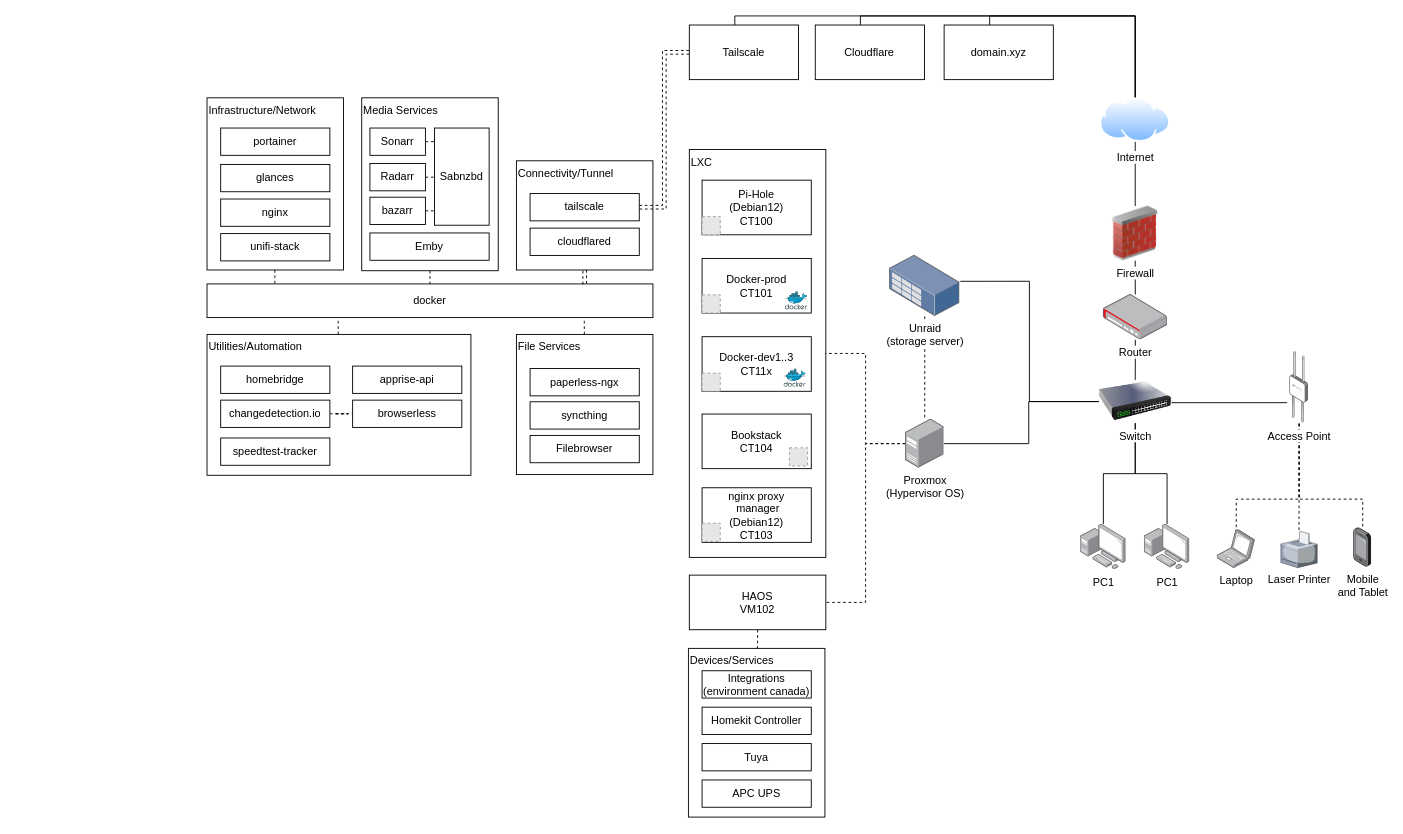
Above: 92king_homelab.drawio in danieljai/homelab (draw.io), before the change. Source tidied: cells renumbered, new cells numbered last; positions are measured from the earlier drawing's top-left corner, leaving out a move shared by most shapes. Both pictures are drawn from the tidied source at 91%, with x=0, y=0 at pixel (207, 15). Pictures stored in the file or linked from it are replaced by grey dashed boxes.
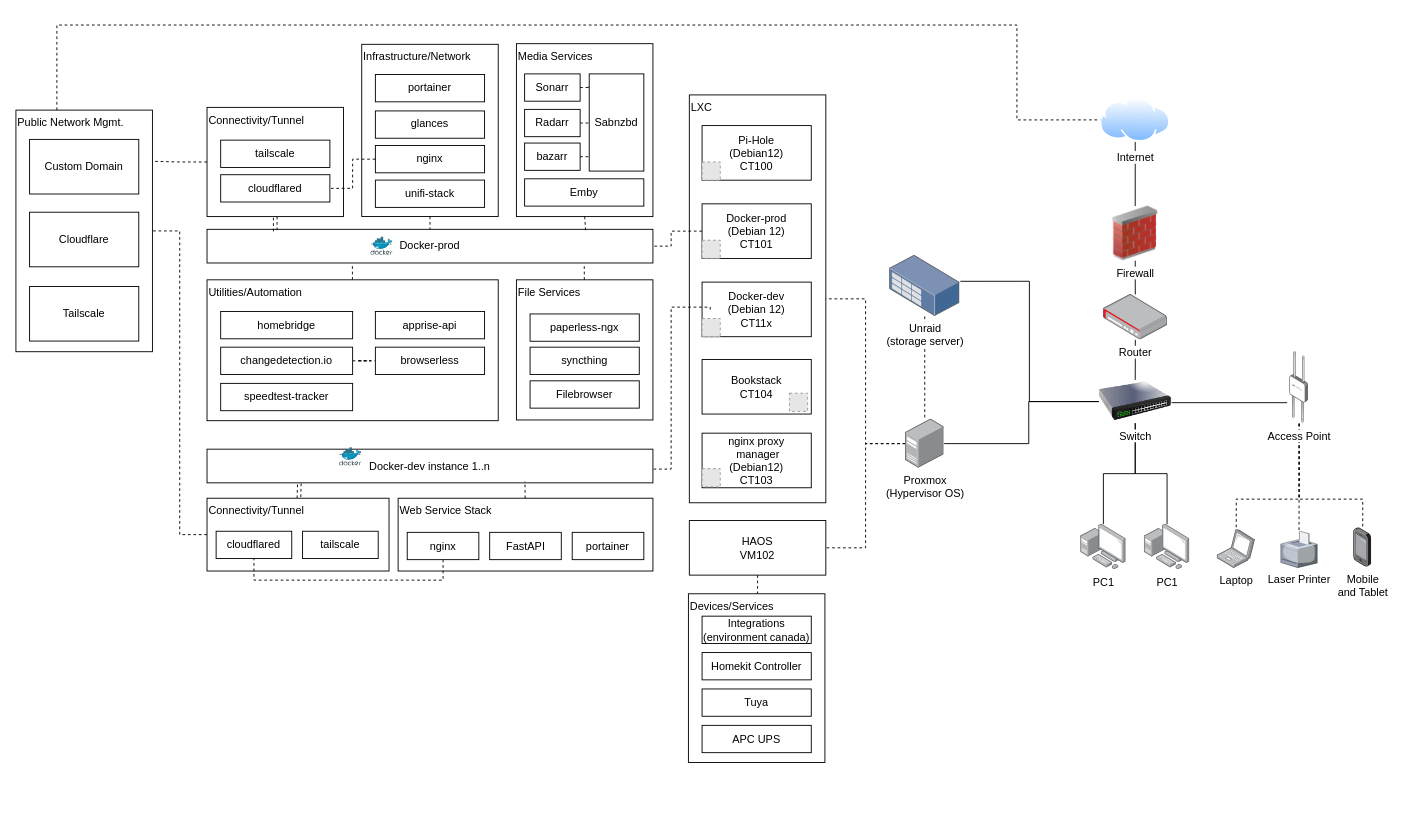
The same diagram, later.

Unchanged cells that the change refers to:
```xml
<mxCell id="17" value="Internet" style="image;perimeter=ellipsePerimeter;html=1;align=center;shadow=0;dashed=0;spacingTop=3;image=img/lib/active_directory/internet_cloud.svg;" parent="1" vertex="1">
  <mxGeometry x="981.5" y="90" width="77" height="48.5" as="geometry" />
</mxCell>
<mxCell id="30" value="Infrastructure/Network" style="rounded=0;whiteSpace=wrap;html=1;align=left;verticalAlign=top;" parent="29" vertex="1">
  <mxGeometry width="150" height="189.2" as="geometry" />
</mxCell>
<mxCell id="34" value="nginx" style="rounded=0;whiteSpace=wrap;html=1;" parent="29" vertex="1">
  <mxGeometry x="15" y="111.2" width="120" height="30" as="geometry" />
</mxCell>
<mxCell id="36" value="Connectivity/Tunnel" style="rounded=0;whiteSpace=wrap;html=1;align=left;verticalAlign=top;" parent="35" vertex="1">
  <mxGeometry width="150" height="120" as="geometry" />
</mxCell>
<mxCell id="37" value="tailscale" style="rounded=0;whiteSpace=wrap;html=1;" parent="35" vertex="1">
  <mxGeometry x="15" y="36" width="120" height="30" as="geometry" />
</mxCell>
<mxCell id="38" value="cloudflared" style="rounded=0;whiteSpace=wrap;html=1;" parent="35" vertex="1">
  <mxGeometry x="15" y="74" width="120" height="30" as="geometry" />
</mxCell>
<mxCell id="68" value="Media Services" style="rounded=0;whiteSpace=wrap;html=1;align=left;verticalAlign=top;" parent="67" vertex="1">
  <mxGeometry width="150" height="190" as="geometry" />
</mxCell>
```

The edit, as a diff of the source:
```diff
@@
     <mxCell id="2" value="LXC" style="rounded=0;whiteSpace=wrap;html=1;align=left;verticalAlign=top;" parent="1" vertex="1">
-      <mxGeometry x="530" y="146.8" width="150" height="448.2" as="geometry" />
+      <mxGeometry x="530" y="86.8" width="150" height="448.2" as="geometry" />
     </mxCell>
-    <mxCell id="3" value="Docker-dev1..3&lt;div&gt;&lt;div&gt;CT11x&lt;/div&gt;&lt;/div&gt;" style="rounded=0;whiteSpace=wrap;html=1;" parent="1" vertex="1">
-      <mxGeometry x="544" y="352.5" width="120" height="60" as="geometry" />
+    <mxCell id="3" value="Docker-dev&lt;div&gt;(Debian 12)&lt;br&gt;&lt;div&gt;&lt;div&gt;CT11x&lt;/div&gt;&lt;/div&gt;&lt;/div&gt;" style="rounded=0;whiteSpace=wrap;html=1;" parent="1" vertex="1">
+      <mxGeometry x="544" y="292.5" width="120" height="60" as="geometry" />
     </mxCell>
+    <mxCell id="95" style="edgeStyle=orthogonalEdgeStyle;rounded=0;jettySize=auto;html=1;endArrow=none;startFill=0;dashed=1;exitX=0;exitY=0.5;exitDx=0;exitDy=0;" parent="1" edge="1" source="4" target="65">
+      <mxGeometry relative="1" as="geometry">
+        <Array as="points">
+          <mxPoint x="510" y="237" />
+          <mxPoint x="510" y="253" />
+        </Array>
+      </mxGeometry>
+    </mxCell>
-    <mxCell id="4" value="Docker-prod&lt;div&gt;&lt;div&gt;CT101&lt;/div&gt;&lt;/div&gt;" style="rounded=0;whiteSpace=wrap;html=1;" parent="1" vertex="1">
-      <mxGeometry x="544" y="266.5" width="120" height="60" as="geometry" />
+    <mxCell id="4" value="Docker-prod&lt;div&gt;(Debian 12)&lt;br&gt;&lt;div&gt;&lt;div&gt;CT101&lt;/div&gt;&lt;/div&gt;&lt;/div&gt;" style="rounded=0;whiteSpace=wrap;html=1;" parent="1" vertex="1">
+      <mxGeometry x="544" y="206.5" width="120" height="60" as="geometry" />
     </mxCell>
@@
     <mxCell id="6" value="HAOS&lt;div&gt;VM102&lt;/div&gt;" style="rounded=0;whiteSpace=wrap;html=1;" parent="1" vertex="1">
-      <mxGeometry x="530" y="614.5" width="150" height="60" as="geometry" />
+      <mxGeometry x="530" y="554.5" width="150" height="60" as="geometry" />
     </mxCell>
     <mxCell id="7" value="Bookstack&lt;div&gt;&lt;div&gt;CT104&lt;/div&gt;&lt;/div&gt;" style="rounded=0;whiteSpace=wrap;html=1;" parent="1" vertex="1">
-      <mxGeometry x="544" y="437.5" width="120" height="60" as="geometry" />
+      <mxGeometry x="544" y="377.5" width="120" height="60" as="geometry" />
     </mxCell>
     <mxCell id="8" value="Pi-Hole&lt;div&gt;(Debian12)&lt;br&gt;&lt;div&gt;CT100&lt;/div&gt;&lt;/div&gt;" style="rounded=0;whiteSpace=wrap;html=1;" parent="1" vertex="1">
-      <mxGeometry x="544" y="180.5" width="120" height="60" as="geometry" />
+      <mxGeometry x="544" y="120.5" width="120" height="60" as="geometry" />
     </mxCell>
     <mxCell id="9" value="nginx proxy&lt;br&gt;&amp;nbsp;manager&lt;div&gt;(Debian12)&lt;br&gt;&lt;div&gt;CT103&lt;/div&gt;&lt;/div&gt;" style="rounded=0;whiteSpace=wrap;html=1;" parent="1" vertex="1">
-      <mxGeometry x="544" y="518.5" width="120" height="60" as="geometry" />
+      <mxGeometry x="544" y="458.5" width="120" height="60" as="geometry" />
     </mxCell>
-    <mxCell id="10" style="edgeStyle=orthogonalEdgeStyle;rounded=0;jettySize=auto;html=1;entryX=0.5;entryY=0;entryDx=0;entryDy=0;endArrow=none;startFill=0;" parent="1" edge="1" source="11" target="17">
-      <mxGeometry relative="1" as="geometry">
-        <Array as="points">
-          <mxPoint x="718" />
-          <mxPoint x="1020" />
-        </Array>
-      </mxGeometry>
-    </mxCell>
-    <mxCell id="11" value="Cloudflare" style="rounded=0;whiteSpace=wrap;html=1;" parent="1" vertex="1">
-      <mxGeometry x="668.4" y="10" width="120" height="60" as="geometry" />
-    </mxCell>
-    <mxCell id="12" style="edgeStyle=orthogonalEdgeStyle;rounded=0;jettySize=auto;html=1;endArrow=none;startFill=0;" parent="1" edge="1" source="13" target="17">
-      <mxGeometry relative="1" as="geometry">
-        <Array as="points">
-          <mxPoint x="580" />
-          <mxPoint x="1020" />
-        </Array>
-      </mxGeometry>
-    </mxCell>
-    <mxCell id="13" value="Tailscale" style="rounded=0;whiteSpace=wrap;html=1;" parent="1" vertex="1">
-      <mxGeometry x="530" y="10" width="120" height="60" as="geometry" />
-    </mxCell>
-    <mxCell id="14" style="edgeStyle=orthogonalEdgeStyle;rounded=0;jettySize=auto;html=1;endArrow=none;startFill=0;" parent="1" edge="1" source="15" target="17">
-      <mxGeometry relative="1" as="geometry">
-        <Array as="points">
-          <mxPoint x="860" />
-          <mxPoint x="1020" />
-        </Array>
-      </mxGeometry>
-    </mxCell>
-    <mxCell id="15" value="domain.xyz" style="rounded=0;whiteSpace=wrap;html=1;" parent="1" vertex="1">
-      <mxGeometry x="810" y="10" width="120" height="60" as="geometry" />
-    </mxCell>
@@
-    <mxCell id="27" style="image;sketch=0;html=1;align=center;fontSize=12;image=img/lib/mscae/Docker.svg;" parent="1" vertex="1">
-      <mxGeometry x="635.6" y="303" width="24.4" height="20" as="geometry" />
-    </mxCell>
@@
     <mxCell id="29" style="group;" parent="1" vertex="1">
-      <mxGeometry y="90" width="150" height="189.2" as="geometry" />
+      <mxGeometry x="170" y="31.2" width="150" height="189.2" as="geometry" />
     </mxCell>
@@
     <mxCell id="35" style="group;" parent="1" vertex="1">
-      <mxGeometry x="340" y="159.2" width="150" height="120" as="geometry" />
+      <mxGeometry y="100.5" width="150" height="120" as="geometry" />
     </mxCell>
@@
-    <mxCell id="39" style="image;sketch=0;html=1;align=center;fontSize=12;image=img/lib/mscae/Docker.svg;" parent="1" vertex="1">
-      <mxGeometry x="634" y="388" width="24.4" height="20" as="geometry" />
-    </mxCell>
     <mxCell id="40" style="fillColor=#E6E6E6;strokeColor=#999999;dashed=1;html=1;verticalAlign=top;verticalLabelPosition=bottom;labelBackgroundColor=#ffffff;" parent="1" vertex="1">
-      <mxGeometry x="640" y="474.6" width="20" height="20" as="geometry" />
+      <mxGeometry x="640" y="414.6" width="20" height="20" as="geometry" />
     </mxCell>
     <mxCell id="41" style="fillColor=#E6E6E6;strokeColor=#999999;dashed=1;html=1;verticalAlign=top;verticalLabelPosition=bottom;labelBackgroundColor=#ffffff;" parent="1" vertex="1">
-      <mxGeometry x="544" y="557.5" width="20" height="20" as="geometry" />
+      <mxGeometry x="544" y="497.5" width="20" height="20" as="geometry" />
     </mxCell>
     <mxCell id="42" style="fillColor=#E6E6E6;strokeColor=#999999;dashed=1;html=1;verticalAlign=top;verticalLabelPosition=bottom;labelBackgroundColor=#ffffff;" parent="1" vertex="1">
-      <mxGeometry x="544" y="392.5" width="20" height="20" as="geometry" />
+      <mxGeometry x="544" y="332.5" width="20" height="20" as="geometry" />
     </mxCell>
     <mxCell id="43" style="fillColor=#E6E6E6;strokeColor=#999999;dashed=1;html=1;verticalAlign=top;verticalLabelPosition=bottom;labelBackgroundColor=#ffffff;" parent="1" vertex="1">
-      <mxGeometry x="544" y="306.5" width="20" height="20" as="geometry" />
+      <mxGeometry x="544" y="246.5" width="20" height="20" as="geometry" />
     </mxCell>
     <mxCell id="44" style="fillColor=#E6E6E6;strokeColor=#999999;dashed=1;html=1;verticalAlign=top;verticalLabelPosition=bottom;labelBackgroundColor=#ffffff;" parent="1" vertex="1">
-      <mxGeometry x="544" y="220.5" width="20" height="20" as="geometry" />
+      <mxGeometry x="544" y="160.5" width="20" height="20" as="geometry" />
     </mxCell>
@@
     <mxCell id="53" style="group;" parent="1" vertex="1">
-      <mxGeometry x="529" y="695" width="150" height="185.4" as="geometry" />
+      <mxGeometry x="529" y="635" width="150" height="185.4" as="geometry" />
     </mxCell>
@@
-    <mxCell id="65" value="docker" style="rounded=0;whiteSpace=wrap;html=1;" parent="1" vertex="1">
-      <mxGeometry y="294.5" width="490" height="37" as="geometry" />
+    <mxCell id="65" value="Docker-prod" style="rounded=0;whiteSpace=wrap;html=1;" parent="1" vertex="1">
+      <mxGeometry y="234.5" width="490" height="37" as="geometry" />
     </mxCell>
-    <mxCell id="66" style="edgeStyle=orthogonalEdgeStyle;rounded=0;jettySize=auto;html=1;entryX=1;entryY=0.5;entryDx=0;entryDy=0;endArrow=none;startFill=0;dashed=1;shape=link;" parent="1" edge="1" source="13" target="37">
-      <mxGeometry relative="1" as="geometry" />
-    </mxCell>
     <mxCell id="67" style="group;" parent="1" vertex="1">
-      <mxGeometry x="170" y="90" width="150" height="190" as="geometry" />
+      <mxGeometry x="340" y="30.5" width="150" height="190" as="geometry" />
     </mxCell>
@@
-    <mxCell id="77" style="group;" parent="1" vertex="1">
-      <mxGeometry y="350" width="290" height="154.8" as="geometry" />
-    </mxCell>
-    <mxCell id="78" value="Utilities/Automation" style="rounded=0;whiteSpace=wrap;html=1;align=left;verticalAlign=top;" parent="77" vertex="1">
-      <mxGeometry width="290" height="154.8" as="geometry" />
-    </mxCell>
-    <mxCell id="79" style="edgeStyle=orthogonalEdgeStyle;rounded=0;jettySize=auto;html=1;entryX=0;entryY=0.5;entryDx=0;entryDy=0;endArrow=none;startFill=0;dashed=1;" parent="77" edge="1" source="80" target="81">
-      <mxGeometry relative="1" as="geometry" />
-    </mxCell>
-    <mxCell id="80" value="changedetection.io" style="rounded=0;whiteSpace=wrap;html=1;" parent="77" vertex="1">
-      <mxGeometry x="15" y="72.2" width="120" height="30" as="geometry" />
-    </mxCell>
-    <mxCell id="81" value="browserless" style="rounded=0;whiteSpace=wrap;html=1;" parent="77" vertex="1">
-      <mxGeometry x="160" y="72.2" width="120" height="30" as="geometry" />
-    </mxCell>
-    <mxCell id="82" value="homebridge" style="rounded=0;whiteSpace=wrap;html=1;" parent="77" vertex="1">
-      <mxGeometry x="15" y="34.8" width="120" height="30" as="geometry" />
-    </mxCell>
-    <mxCell id="83" value="speedtest-tracker" style="rounded=0;whiteSpace=wrap;html=1;" parent="77" vertex="1">
-      <mxGeometry x="15" y="113.8" width="120" height="30" as="geometry" />
-    </mxCell>
-    <mxCell id="84" value="apprise-api" style="rounded=0;whiteSpace=wrap;html=1;" parent="77" vertex="1">
-      <mxGeometry x="160" y="34.8" width="120" height="30" as="geometry" />
-    </mxCell>
     <mxCell id="85" style="group;" parent="1" vertex="1">
-      <mxGeometry x="340" y="350" width="150" height="154" as="geometry" />
+      <mxGeometry x="340" y="290" width="150" height="154" as="geometry" />
     </mxCell>
@@
-    <mxCell id="90" style="rounded=0;jettySize=auto;html=1;entryX=0.294;entryY=1.041;entryDx=0;entryDy=0;entryPerimeter=0;endArrow=none;startFill=0;dashed=1;" parent="1" edge="1" source="78" target="65">
+    <mxCell id="90" style="rounded=0;jettySize=auto;html=1;entryX=0.326;entryY=1.014;entryDx=0;entryDy=0;entryPerimeter=0;endArrow=none;startFill=0;dashed=1;" parent="1" edge="1" source="78" target="65">
       <mxGeometry relative="1" as="geometry" />
     </mxCell>
@@
-    <mxCell id="92" style="rounded=0;jettySize=auto;html=1;entryX=0.152;entryY=0.068;entryDx=0;entryDy=0;entryPerimeter=0;dashed=1;endArrow=none;startFill=0;" parent="1" edge="1" source="30" target="65">
+    <mxCell id="92" style="rounded=0;jettySize=auto;html=1;dashed=1;endArrow=none;startFill=0;exitX=0.5;exitY=1;exitDx=0;exitDy=0;entryX=0.849;entryY=0.038;entryDx=0;entryDy=0;entryPerimeter=0;" parent="1" edge="1" source="68" target="65">
       <mxGeometry relative="1" as="geometry" />
     </mxCell>
-    <mxCell id="93" style="rounded=0;jettySize=auto;html=1;dashed=1;endArrow=none;startFill=0;" parent="1" edge="1" source="68" target="65">
+    <mxCell id="93" style="rounded=0;jettySize=auto;html=1;dashed=1;endArrow=none;startFill=0;exitX=0.5;exitY=1;exitDx=0;exitDy=0;" parent="1" edge="1" source="30" target="65">
       <mxGeometry relative="1" as="geometry" />
     </mxCell>
-    <mxCell id="94" style="rounded=0;jettySize=auto;html=1;entryX=0.847;entryY=0.014;entryDx=0;entryDy=0;entryPerimeter=0;dashed=1;endArrow=none;startFill=0;shape=link;" parent="1" edge="1" source="36" target="65">
+    <mxCell id="94" style="rounded=0;jettySize=auto;html=1;entryX=0.153;entryY=0.06;entryDx=0;entryDy=0;entryPerimeter=0;dashed=1;endArrow=none;startFill=0;shape=link;" parent="1" edge="1" source="36" target="65">
       <mxGeometry relative="1" as="geometry" />
     </mxCell>
+    <mxCell id="96" style="group;" parent="1" vertex="1">
+      <mxGeometry y="290" width="320" height="154.8" as="geometry" />
+    </mxCell>
+    <mxCell id="78" value="Utilities/Automation" style="rounded=0;whiteSpace=wrap;html=1;align=left;verticalAlign=top;" parent="96" vertex="1">
+      <mxGeometry width="320" height="154.8" as="geometry" />
+    </mxCell>
+    <mxCell id="79" style="edgeStyle=orthogonalEdgeStyle;rounded=0;jettySize=auto;html=1;entryX=0;entryY=0.5;entryDx=0;entryDy=0;endArrow=none;startFill=0;dashed=1;" parent="96" edge="1" source="80" target="81">
+      <mxGeometry relative="1" as="geometry" />
+    </mxCell>
+    <mxCell id="81" value="browserless" style="rounded=0;whiteSpace=wrap;html=1;" parent="96" vertex="1">
+      <mxGeometry x="185" y="74" width="120" height="30" as="geometry" />
+    </mxCell>
+    <mxCell id="84" value="apprise-api" style="rounded=0;whiteSpace=wrap;html=1;" parent="96" vertex="1">
+      <mxGeometry x="185" y="34.8" width="120" height="30" as="geometry" />
+    </mxCell>
+    <mxCell id="80" value="changedetection.io" style="rounded=0;whiteSpace=wrap;html=1;" parent="96" vertex="1">
+      <mxGeometry x="15" y="74" width="145" height="30" as="geometry" />
+    </mxCell>
+    <mxCell id="82" value="homebridge" style="rounded=0;whiteSpace=wrap;html=1;" parent="96" vertex="1">
+      <mxGeometry x="15" y="34.8" width="145" height="30" as="geometry" />
+    </mxCell>
+    <mxCell id="83" value="speedtest-tracker" style="rounded=0;whiteSpace=wrap;html=1;" parent="96" vertex="1">
+      <mxGeometry x="15" y="113.8" width="145" height="30" as="geometry" />
+    </mxCell>
+    <mxCell id="27" style="image;sketch=0;html=1;align=center;fontSize=12;image=img/lib/mscae/Docker.svg;" parent="1" vertex="1">
+      <mxGeometry x="180" y="243" width="24.4" height="20" as="geometry" />
+    </mxCell>
+    <mxCell id="97" value="Docker-dev instance 1..n" style="rounded=0;whiteSpace=wrap;html=1;" parent="1" vertex="1">
+      <mxGeometry y="476.1" width="490" height="37" as="geometry" />
+    </mxCell>
+    <mxCell id="39" style="image;sketch=0;html=1;align=center;fontSize=12;image=img/lib/mscae/Docker.svg;" parent="1" vertex="1">
+      <mxGeometry x="145.6" y="474.6" width="24.4" height="20" as="geometry" />
+    </mxCell>
+    <mxCell id="98" style="group;" parent="1" vertex="1">
+      <mxGeometry x="210" y="530" width="280" height="80" as="geometry" />
+    </mxCell>
+    <mxCell id="99" value="Web Service Stack" style="rounded=0;whiteSpace=wrap;html=1;align=left;verticalAlign=top;" parent="98" vertex="1">
+      <mxGeometry width="280" height="80" as="geometry" />
+    </mxCell>
+    <mxCell id="100" style="group;" parent="98" vertex="1">
+      <mxGeometry x="10" y="37.5" width="260" height="30" as="geometry" />
+    </mxCell>
+    <mxCell id="101" value="nginx" style="rounded=0;whiteSpace=wrap;html=1;" parent="100" vertex="1">
+      <mxGeometry width="78.7" height="30" as="geometry" />
+    </mxCell>
+    <mxCell id="102" value="FastAPI" style="rounded=0;whiteSpace=wrap;html=1;" parent="100" vertex="1">
+      <mxGeometry x="90.6" width="78.7" height="30" as="geometry" />
+    </mxCell>
+    <mxCell id="103" value="portainer" style="rounded=0;whiteSpace=wrap;html=1;" parent="100" vertex="1">
+      <mxGeometry x="181.3" width="78.7" height="30" as="geometry" />
+    </mxCell>
+    <mxCell id="104" style="rounded=0;jettySize=auto;html=1;entryX=0.713;entryY=0.954;entryDx=0;entryDy=0;entryPerimeter=0;endArrow=none;startFill=0;dashed=1;" parent="1" edge="1" source="99" target="97">
+      <mxGeometry relative="1" as="geometry" />
+    </mxCell>
+    <mxCell id="105" style="rounded=0;jettySize=auto;html=1;endArrow=none;startFill=0;entryX=0.207;entryY=1.015;entryDx=0;entryDy=0;entryPerimeter=0;shape=link;dashed=1;" parent="1" edge="1" source="112" target="97">
+      <mxGeometry relative="1" as="geometry" />
+    </mxCell>
+    <mxCell id="106" style="edgeStyle=orthogonalEdgeStyle;rounded=0;jettySize=auto;html=1;entryX=1;entryY=0.5;entryDx=0;entryDy=0;dashed=1;endArrow=none;startFill=0;" parent="1" edge="1" source="34" target="38">
+      <mxGeometry relative="1" as="geometry" />
+    </mxCell>
+    <mxCell id="107" style="edgeStyle=orthogonalEdgeStyle;rounded=0;jettySize=auto;html=1;dashed=1;endArrow=none;startFill=0;exitX=0;exitY=0.5;exitDx=0;exitDy=0;" parent="1" edge="1" target="97">
+      <mxGeometry relative="1" as="geometry">
+        <mxPoint x="553" y="322.7" as="sourcePoint" />
+        <Array as="points">
+          <mxPoint x="553" y="320" />
+          <mxPoint x="510" y="320" />
+          <mxPoint x="510" y="498" />
+        </Array>
+      </mxGeometry>
+    </mxCell>
+    <mxCell id="108" style="group;" parent="1" vertex="1">
+      <mxGeometry x="-210" y="103.5" width="150" height="265.5" as="geometry" />
+    </mxCell>
+    <mxCell id="109" value="Public Network Mgmt." style="rounded=0;whiteSpace=wrap;html=1;align=left;verticalAlign=top;" parent="108" vertex="1">
+      <mxGeometry width="150" height="265.5" as="geometry" />
+    </mxCell>
+    <mxCell id="11" value="Cloudflare" style="rounded=0;whiteSpace=wrap;html=1;" parent="108" vertex="1">
+      <mxGeometry x="15" y="112.2" width="120" height="60" as="geometry" />
+    </mxCell>
+    <mxCell id="13" value="Tailscale" style="rounded=0;whiteSpace=wrap;html=1;" parent="108" vertex="1">
+      <mxGeometry x="15" y="193.8" width="120" height="60" as="geometry" />
+    </mxCell>
+    <mxCell id="15" value="Custom Domain" style="rounded=0;whiteSpace=wrap;html=1;" parent="108" vertex="1">
+      <mxGeometry x="15" y="32.2" width="120" height="60" as="geometry" />
+    </mxCell>
+    <mxCell id="110" style="edgeStyle=orthogonalEdgeStyle;rounded=0;jettySize=auto;html=1;entryX=1.001;entryY=0.212;entryDx=0;entryDy=0;entryPerimeter=0;endArrow=none;startFill=0;dashed=1;" parent="1" edge="1" source="36" target="109">
+      <mxGeometry relative="1" as="geometry" />
+    </mxCell>
+    <mxCell id="111" style="group;" parent="1" vertex="1">
+      <mxGeometry y="530" width="200" height="80" as="geometry" />
+    </mxCell>
+    <mxCell id="112" value="Connectivity/Tunnel" style="rounded=0;whiteSpace=wrap;html=1;align=left;verticalAlign=top;" parent="111" vertex="1">
+      <mxGeometry width="200" height="80" as="geometry" />
+    </mxCell>
+    <mxCell id="113" value="tailscale" style="rounded=0;whiteSpace=wrap;html=1;" parent="111" vertex="1">
+      <mxGeometry x="105" y="36.3" width="83.1" height="30" as="geometry" />
+    </mxCell>
+    <mxCell id="114" value="cloudflared" style="rounded=0;whiteSpace=wrap;html=1;" parent="111" vertex="1">
+      <mxGeometry x="10" y="36.3" width="83.1" height="30" as="geometry" />
+    </mxCell>
+    <mxCell id="115" style="edgeStyle=orthogonalEdgeStyle;rounded=0;jettySize=auto;html=1;entryX=0.5;entryY=1;entryDx=0;entryDy=0;dashed=1;endArrow=none;startFill=0;" parent="1" edge="1" source="101" target="114">
+      <mxGeometry relative="1" as="geometry">
+        <Array as="points">
+          <mxPoint x="259" y="620" />
+          <mxPoint x="52" y="620" />
+        </Array>
+      </mxGeometry>
+    </mxCell>
+    <mxCell id="116" style="edgeStyle=orthogonalEdgeStyle;rounded=0;jettySize=auto;html=1;entryX=1;entryY=0.5;entryDx=0;entryDy=0;dashed=1;endArrow=none;startFill=0;" parent="1" edge="1" source="112" target="109">
+      <mxGeometry relative="1" as="geometry" />
+    </mxCell>
+    <mxCell id="117" style="edgeStyle=orthogonalEdgeStyle;rounded=0;jettySize=auto;html=1;entryX=0;entryY=0.5;entryDx=0;entryDy=0;dashed=1;endArrow=none;startFill=0;" parent="1" edge="1" source="109" target="17">
+      <mxGeometry relative="1" as="geometry">
+        <Array as="points">
+          <mxPoint x="-165" y="10" />
+          <mxPoint x="890" y="10" />
+          <mxPoint x="890" y="114" />
+        </Array>
+      </mxGeometry>
+    </mxCell>
```
